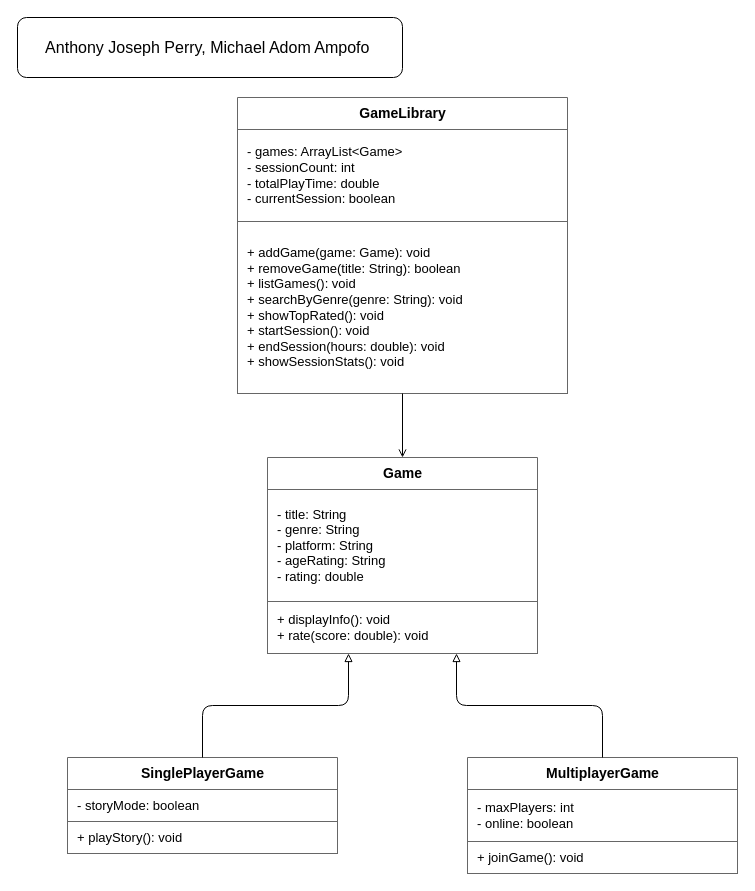
The draw.io diagram TEAM UML.drawio in AJXDevv/LIA---Deliverable-1, before the edit. Source tidied: cells renumbered, new cells numbered last; positions are measured from the earlier drawing's top-left corner, leaving out a move shared by most shapes. Both pictures are drawn from the tidied source at 100%, with x=0, y=0 at pixel (17, 17).
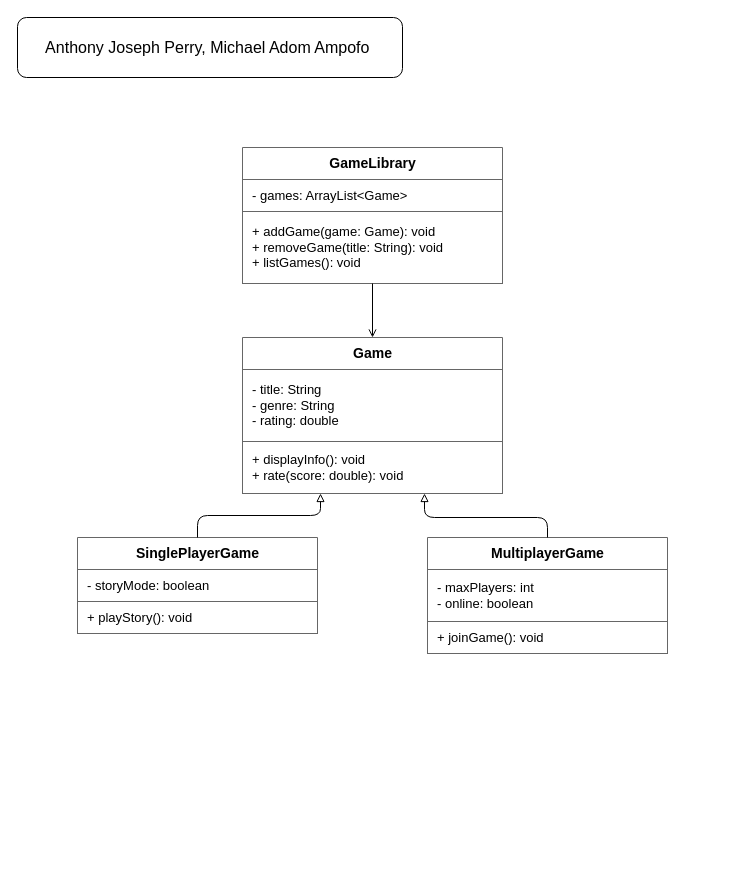
Above is the later version.

Diff of the diagram source:
```diff
@@
 <mxGraphModel>
   <root>
     <mxCell id="0" />
     <mxCell id="1" parent="0" />
+    <mxCell id="17" value="&lt;font size=&quot;3&quot;&gt;Anthony Joseph Perry, Michael Adom Ampofo&amp;nbsp;&lt;/font&gt;" style="rounded=1;whiteSpace=wrap;html=1;" parent="1" vertex="1">
+      <mxGeometry width="385" height="60" as="geometry" />
+    </mxCell>
     <mxCell id="2" value="GameLibrary" style="swimlane;startSize=32;horizontal=1;rounded=0;html=1;fontStyle=1;fontSize=14;fillColor=none;strokeColor=#666666;" parent="1" vertex="1">
-      <mxGeometry x="220" y="80" width="330" height="296" as="geometry" />
+      <mxGeometry x="225" y="130" width="260" height="136" as="geometry" />
     </mxCell>
-    <mxCell id="3" value="- games: ArrayList&amp;lt;Game&amp;gt;&lt;br&gt;- sessionCount: int&lt;br&gt;- totalPlayTime: double&lt;br&gt;- currentSession: boolean" style="text;html=1;align=left;verticalAlign=middle;spacingLeft=8;whiteSpace=wrap;strokeColor=#666666;fillColor=none;fontSize=13;" parent="2" vertex="1">
-      <mxGeometry y="32" width="330" height="92" as="geometry" />
-    </mxCell>
-    <mxCell id="4" value="+ addGame(game: Game): void&lt;br&gt;+ removeGame(title: String): boolean&lt;br&gt;+ listGames(): void&lt;br&gt;+ searchByGenre(genre: String): void&lt;br&gt;+ showTopRated(): void&lt;br&gt;+ startSession(): void&lt;br&gt;+ endSession(hours: double): void&lt;br&gt;+ showSessionStats(): void" style="text;html=1;align=left;verticalAlign=middle;spacingLeft=8;whiteSpace=wrap;strokeColor=#666666;fillColor=none;fontSize=13;" parent="2" vertex="1">
-      <mxGeometry y="124" width="330" height="172" as="geometry" />
-    </mxCell>
+    <mxCell id="18" value="- games: ArrayList&amp;lt;Game&amp;gt;" style="text;html=1;align=left;verticalAlign=middle;spacingLeft=8;whiteSpace=wrap;strokeColor=#666666;fillColor=none;fontSize=13;" parent="2" vertex="1">
+      <mxGeometry y="32" width="260" height="32" as="geometry" />
+    </mxCell>
+    <mxCell id="19" value="+ addGame(game: Game): void&lt;br&gt;+ removeGame(title: String): void&lt;br&gt;+ listGames(): void" style="text;html=1;align=left;verticalAlign=middle;spacingLeft=8;whiteSpace=wrap;strokeColor=#666666;fillColor=none;fontSize=13;" parent="2" vertex="1">
+      <mxGeometry y="64" width="260" height="72" as="geometry" />
+    </mxCell>
     <mxCell id="5" value="Game" style="swimlane;startSize=32;horizontal=1;rounded=0;html=1;fontStyle=1;fontSize=14;fillColor=none;strokeColor=#666666;" parent="1" vertex="1">
-      <mxGeometry x="250" y="440" width="270" height="196" as="geometry" />
+      <mxGeometry x="225" y="320" width="260" height="156" as="geometry" />
     </mxCell>
-    <mxCell id="6" value="- title: String&lt;br&gt;- genre: String&lt;br&gt;- platform: String&lt;br&gt;- ageRating: String&lt;br&gt;- rating: double" style="text;html=1;align=left;verticalAlign=middle;spacingLeft=8;whiteSpace=wrap;strokeColor=#666666;fillColor=none;fontSize=13;" parent="5" vertex="1">
-      <mxGeometry y="32" width="270" height="112" as="geometry" />
-    </mxCell>
+    <mxCell id="20" value="- title: String&lt;br&gt;- genre: String&lt;br&gt;- rating: double" style="text;html=1;align=left;verticalAlign=middle;spacingLeft=8;whiteSpace=wrap;strokeColor=#666666;fillColor=none;fontSize=13;" parent="5" vertex="1">
+      <mxGeometry y="32" width="260" height="72" as="geometry" />
+    </mxCell>
     <mxCell id="7" value="+ displayInfo(): void&lt;br&gt;+ rate(score: double): void" style="text;html=1;align=left;verticalAlign=middle;spacingLeft=8;whiteSpace=wrap;strokeColor=#666666;fillColor=none;fontSize=13;" parent="5" vertex="1">
-      <mxGeometry y="144" width="270" height="52" as="geometry" />
+      <mxGeometry y="104" width="260" height="52" as="geometry" />
     </mxCell>
     <mxCell id="8" value="SinglePlayerGame" style="swimlane;startSize=32;horizontal=1;rounded=0;html=1;fontStyle=1;fontSize=14;fillColor=none;strokeColor=#666666;" parent="1" vertex="1">
-      <mxGeometry x="50" y="740" width="270" height="96" as="geometry" />
+      <mxGeometry x="60" y="520" width="240" height="96" as="geometry" />
     </mxCell>
     <mxCell id="9" value="- storyMode: boolean" style="text;html=1;align=left;verticalAlign=middle;spacingLeft=8;whiteSpace=wrap;strokeColor=#666666;fillColor=none;fontSize=13;" parent="8" vertex="1">
-      <mxGeometry y="32" width="270" height="32" as="geometry" />
+      <mxGeometry y="32" width="240" height="32" as="geometry" />
     </mxCell>
     <mxCell id="10" value="+ playStory(): void" style="text;html=1;align=left;verticalAlign=middle;spacingLeft=8;whiteSpace=wrap;strokeColor=#666666;fillColor=none;fontSize=13;" parent="8" vertex="1">
-      <mxGeometry y="64" width="270" height="32" as="geometry" />
+      <mxGeometry y="64" width="240" height="32" as="geometry" />
     </mxCell>
     <mxCell id="11" value="MultiplayerGame" style="swimlane;startSize=32;horizontal=1;rounded=0;html=1;fontStyle=1;fontSize=14;fillColor=none;strokeColor=#666666;" parent="1" vertex="1">
-      <mxGeometry x="450" y="740" width="270" height="116" as="geometry" />
+      <mxGeometry x="410" y="520" width="240" height="116" as="geometry" />
     </mxCell>
     <mxCell id="12" value="- maxPlayers: int&lt;br&gt;- online: boolean" style="text;html=1;align=left;verticalAlign=middle;spacingLeft=8;whiteSpace=wrap;strokeColor=#666666;fillColor=none;fontSize=13;" parent="11" vertex="1">
-      <mxGeometry y="32" width="270" height="52" as="geometry" />
+      <mxGeometry y="32" width="240" height="52" as="geometry" />
     </mxCell>
     <mxCell id="13" value="+ joinGame(): void" style="text;html=1;align=left;verticalAlign=middle;spacingLeft=8;whiteSpace=wrap;strokeColor=#666666;fillColor=none;fontSize=13;" parent="11" vertex="1">
-      <mxGeometry y="84" width="270" height="32" as="geometry" />
+      <mxGeometry y="84" width="240" height="32" as="geometry" />
     </mxCell>
     <mxCell id="14" style="edgeStyle=orthogonalEdgeStyle;html=1;endArrow=open;endFill=0;exitX=0.5;exitY=1;entryX=0.5;entryY=0;" parent="1" edge="1" source="2" target="5">
       <mxGeometry relative="1" as="geometry" />
     </mxCell>
     <mxCell id="15" style="edgeStyle=orthogonalEdgeStyle;html=1;endArrow=block;endFill=0;exitX=0.5;exitY=0;entryX=0.3;entryY=1;" parent="1" edge="1" source="8" target="5">
       <mxGeometry relative="1" as="geometry" />
     </mxCell>
     <mxCell id="16" style="edgeStyle=orthogonalEdgeStyle;html=1;endArrow=block;endFill=0;exitX=0.5;exitY=0;entryX=0.7;entryY=1;" parent="1" edge="1" source="11" target="5">
-      <mxGeometry relative="1" as="geometry" />
+      <mxGeometry relative="1" as="geometry">
+        <Array as="points">
+          <mxPoint x="530" y="500" />
+          <mxPoint x="407" y="500" />
+        </Array>
+      </mxGeometry>
     </mxCell>
-    <mxCell id="17" value="&lt;font size=&quot;3&quot;&gt;Anthony Joseph Perry, Michael Adom Ampofo&amp;nbsp;&lt;/font&gt;" style="rounded=1;whiteSpace=wrap;html=1;" parent="1" vertex="1">
-      <mxGeometry width="385" height="60" as="geometry" />
-    </mxCell>
   </root>
 </mxGraphModel>
```
